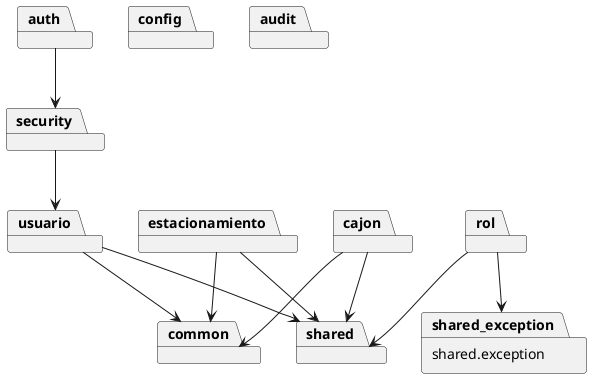
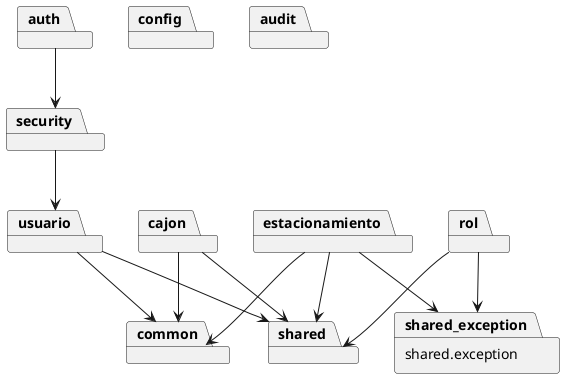
@startuml

package auth
package usuario
package rol
package estacionamiento
package cajon
package security
package common
package "shared.exception" as shared_exception
package config
package audit
package shared

auth --> security

usuario --> common
estacionamiento --> common
cajon --> common

rol --> shared_exception

security --> usuario

usuario --> shared
estacionamiento --> shared
+ estacionamiento --> shared_exception
cajon --> shared
rol --> shared

@enduml

/* Creacion de packages guia para cuando los haga

src/main/java/com/parkio
│
├── auth
│   ├── controller
│   ├── service
│   ├── dto
│   └── mapper
│
├── usuario
│   ├── controller
│   ├── service
│   ├── repository
│   ├── entity
│   ├── dto
│   └── mapper
│
├── rol
│   ├── controller
│   ├── dto
│   ├── entity
│   ├── mapper
│   ├── repository
│   └── service
│
- ├── estacionamiento
+ ├── estacionamiento (implementado)
│   ├── controller
│   ├── service
│   ├── repository
│   ├── entity
│   ├── dto
│   └── mapper
│
├── cajon
│   ├── controller
│   ├── service
│   ├── repository
│   ├── entity
│   ├── dto
│   └── mapper
│
├── security
│   ├── filter
│   ├── service
│   └── config
│
├── common
│   ├── dto
│   ├── mapper
│   ├── constants
│   └── util
│
├── shared
│   ├── entity
│   └── exception
│
├── config
│
└── audit

*/
